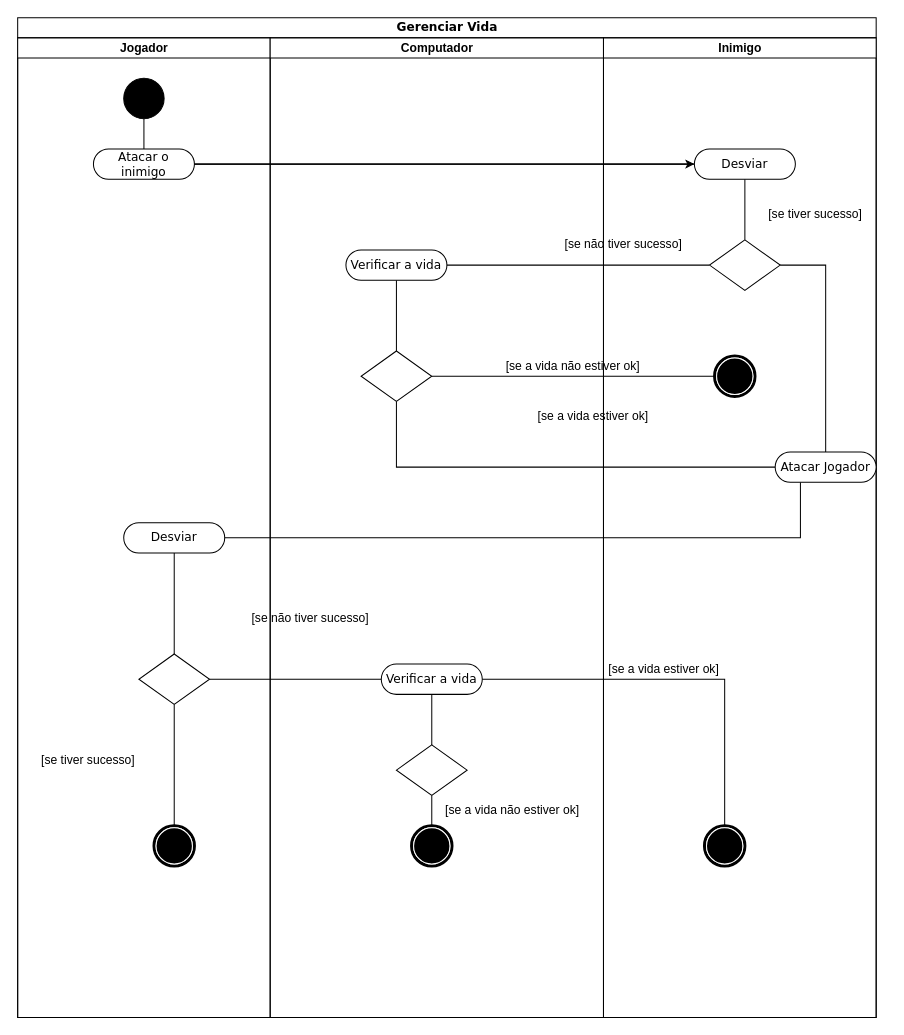
This is Diagrama de Atividade.drawio from yuritelis/atvmusicalp, a draw.io file, before an edit. Source tidied: cells renumbered, new cells numbered last; positions are measured from the earlier drawing's top-left corner, leaving out a move shared by most shapes. Both pictures are drawn from the tidied source at 101%, with x=0, y=0 at pixel (17, 17).
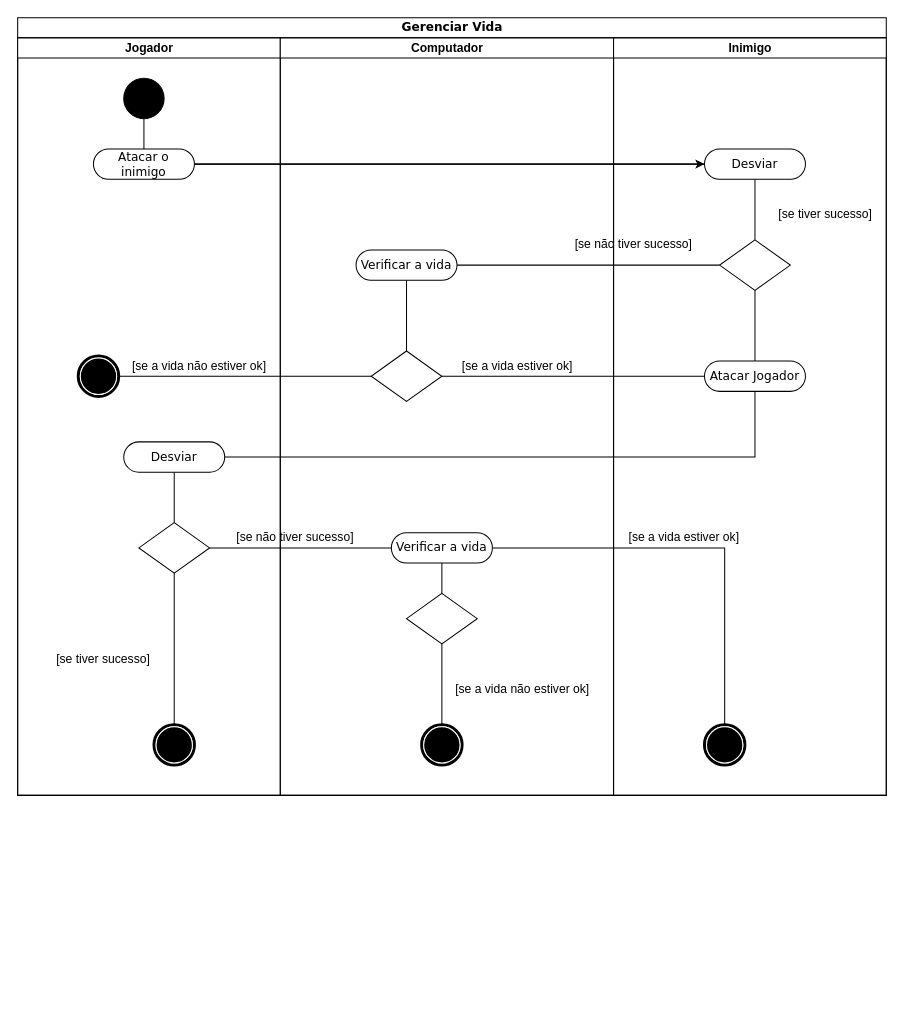
The same page after the edit.

Unchanged cells that the change refers to:
```xml
<mxCell id="14" style="rhombus;whiteSpace=wrap;html=1;" parent="13" vertex="1">
  <mxGeometry x="90" y="310" width="70" height="50" as="geometry" />
</mxCell>
<mxCell id="40" style="rhombus;whiteSpace=wrap;html=1;" parent="34" vertex="1">
  <mxGeometry x="105" y="200" width="70" height="50" as="geometry" />
</mxCell>
```

What changed in the source:
```diff
@@
     <mxCell id="2" value="Gerenciar Vida" style="swimlane;html=1;startSize=20;rounded=0;shadow=0;comic=0;labelBackgroundColor=none;strokeWidth=1;fontFamily=Verdana;fontSize=12;align=center;" parent="1" vertex="1">
-      <mxGeometry width="850" height="990" as="geometry" />
+      <mxGeometry width="860" height="770" as="geometry" />
     </mxCell>
     <mxCell id="3" value="Jogador" style="swimlane;html=1;startSize=20;" parent="2" vertex="1">
-      <mxGeometry y="20" width="250" height="970" as="geometry" />
+      <mxGeometry y="20" width="260" height="750" as="geometry" />
     </mxCell>
@@
     <mxCell id="5" value="Desviar" style="rounded=1;whiteSpace=wrap;html=1;shadow=0;comic=0;labelBackgroundColor=none;strokeWidth=1;fontFamily=Verdana;fontSize=12;align=center;arcSize=50;" parent="3" vertex="1">
-      <mxGeometry x="105" y="480" width="100" height="30" as="geometry" />
+      <mxGeometry x="105" y="400" width="100" height="30" as="geometry" />
     </mxCell>
     <mxCell id="6" style="shape=mxgraph.bpmn.shape;html=1;verticalLabelPosition=bottom;labelBackgroundColor=#ffffff;verticalAlign=top;perimeter=ellipsePerimeter;outline=end;symbol=terminate;rounded=0;shadow=0;comic=0;strokeWidth=1;fontFamily=Verdana;fontSize=12;align=center;" parent="3" vertex="1">
-      <mxGeometry x="135" y="780" width="40" height="40" as="geometry" />
+      <mxGeometry x="135" y="680" width="40" height="40" as="geometry" />
     </mxCell>
@@
     <mxCell id="11" style="rhombus;whiteSpace=wrap;html=1;" parent="3" vertex="1">
-      <mxGeometry x="120" y="610" width="70" height="50" as="geometry" />
+      <mxGeometry x="120" y="480" width="70" height="50" as="geometry" />
     </mxCell>
     <mxCell id="12" value="[se tiver sucesso]" style="text;html=1;strokeColor=none;fillColor=none;align=center;verticalAlign=middle;whiteSpace=wrap;rounded=0;" parent="3" vertex="1">
-      <mxGeometry x="10" y="700" width="120" height="30" as="geometry" />
+      <mxGeometry x="25" y="600" width="120" height="30" as="geometry" />
     </mxCell>
+    <mxCell id="35" style="shape=mxgraph.bpmn.shape;html=1;verticalLabelPosition=bottom;labelBackgroundColor=#ffffff;verticalAlign=top;perimeter=ellipsePerimeter;outline=end;symbol=terminate;rounded=0;shadow=0;comic=0;strokeWidth=1;fontFamily=Verdana;fontSize=12;align=center;" parent="3" vertex="1">
+      <mxGeometry x="60" y="315" width="40" height="40" as="geometry" />
+    </mxCell>
+    <mxCell id="17" value="[se a vida não estiver ok]" style="text;html=1;strokeColor=none;fillColor=none;align=center;verticalAlign=middle;whiteSpace=wrap;rounded=0;" parent="3" vertex="1">
+      <mxGeometry x="100" y="310" width="160" height="30" as="geometry" />
+    </mxCell>
     <mxCell id="13" value="Computador" style="swimlane;html=1;startSize=20;" parent="2" vertex="1">
-      <mxGeometry x="250" y="20" width="330" height="970" as="geometry" />
+      <mxGeometry x="260" y="20" width="330" height="750" as="geometry" />
     </mxCell>
@@
-    <mxCell id="17" value="[se a vida não estiver ok]" style="text;html=1;strokeColor=none;fillColor=none;align=center;verticalAlign=middle;whiteSpace=wrap;rounded=0;" parent="13" vertex="1">
-      <mxGeometry x="220" y="310" width="160" height="30" as="geometry" />
-    </mxCell>
     <mxCell id="18" value="[se a vida estiver ok]" style="text;html=1;strokeColor=none;fillColor=none;align=center;verticalAlign=middle;whiteSpace=wrap;rounded=0;" parent="13" vertex="1">
-      <mxGeometry x="260" y="360" width="120" height="30" as="geometry" />
+      <mxGeometry x="175" y="310" width="120" height="30" as="geometry" />
     </mxCell>
     <mxCell id="19" value="[se não tiver sucesso]" style="text;html=1;strokeColor=none;fillColor=none;align=center;verticalAlign=middle;whiteSpace=wrap;rounded=0;" parent="13" vertex="1">
-      <mxGeometry x="-20" y="560" width="120" height="30" as="geometry" />
+      <mxGeometry x="-45" y="480" width="120" height="30" as="geometry" />
     </mxCell>
@@
     <mxCell id="21" value="Verificar a vida" style="rounded=1;whiteSpace=wrap;html=1;shadow=0;comic=0;labelBackgroundColor=none;strokeWidth=1;fontFamily=Verdana;fontSize=12;align=center;arcSize=50;" parent="13" vertex="1">
-      <mxGeometry x="110" y="620" width="100" height="30" as="geometry" />
+      <mxGeometry x="110" y="490" width="100" height="30" as="geometry" />
     </mxCell>
@@
     <mxCell id="23" style="rhombus;whiteSpace=wrap;html=1;" parent="13" vertex="1">
-      <mxGeometry x="125" y="700" width="70" height="50" as="geometry" />
+      <mxGeometry x="125" y="550" width="70" height="50" as="geometry" />
     </mxCell>
     <mxCell id="24" style="shape=mxgraph.bpmn.shape;html=1;verticalLabelPosition=bottom;labelBackgroundColor=#ffffff;verticalAlign=top;perimeter=ellipsePerimeter;outline=end;symbol=terminate;rounded=0;shadow=0;comic=0;strokeWidth=1;fontFamily=Verdana;fontSize=12;align=center;" parent="13" vertex="1">
-      <mxGeometry x="140" y="780" width="40" height="40" as="geometry" />
+      <mxGeometry x="140" y="680" width="40" height="40" as="geometry" />
     </mxCell>
     <mxCell id="25" value="[se a vida não estiver ok]" style="text;html=1;strokeColor=none;fillColor=none;align=center;verticalAlign=middle;whiteSpace=wrap;rounded=0;" parent="13" vertex="1">
-      <mxGeometry x="160" y="750" width="160" height="30" as="geometry" />
+      <mxGeometry x="160" y="630" width="160" height="30" as="geometry" />
     </mxCell>
@@
-    <mxCell id="29" style="edgeStyle=orthogonalEdgeStyle;rounded=0;jettySize=auto;html=1;exitX=1;exitY=0.5;exitDx=0;exitDy=0;entryX=0;entryY=0.5;entryDx=0;entryDy=0;endArrow=none;endFill=0;" parent="2" edge="1" source="14" target="35">
-      <mxGeometry relative="1" as="geometry">
-        <Array as="points">
-          <mxPoint x="550" y="355" />
-          <mxPoint x="550" y="355" />
-        </Array>
-      </mxGeometry>
-    </mxCell>
-    <mxCell id="30" style="rounded=0;jettySize=auto;html=1;exitX=0.5;exitY=1;exitDx=0;exitDy=0;entryX=0;entryY=0.5;entryDx=0;entryDy=0;edgeStyle=orthogonalEdgeStyle;endArrow=none;endFill=0;" parent="2" edge="1" source="14" target="38">
+    <mxCell id="30" style="rounded=0;jettySize=auto;html=1;exitX=1;exitY=0.5;exitDx=0;exitDy=0;entryX=0;entryY=0.5;entryDx=0;entryDy=0;edgeStyle=orthogonalEdgeStyle;endArrow=none;endFill=0;" parent="2" edge="1" source="14" target="38">
       <mxGeometry relative="1" as="geometry" />
     </mxCell>
-    <mxCell id="31" style="edgeStyle=orthogonalEdgeStyle;rounded=0;jettySize=auto;html=1;exitX=0.25;exitY=1;exitDx=0;exitDy=0;entryX=1;entryY=0.5;entryDx=0;entryDy=0;endArrow=none;endFill=0;" parent="2" edge="1" source="38" target="5">
+    <mxCell id="31" style="edgeStyle=orthogonalEdgeStyle;rounded=0;jettySize=auto;html=1;exitX=0.5;exitY=1;exitDx=0;exitDy=0;entryX=1;entryY=0.5;entryDx=0;entryDy=0;endArrow=none;endFill=0;" parent="2" edge="1" source="38" target="5">
       <mxGeometry relative="1" as="geometry" />
     </mxCell>
@@
     <mxCell id="34" value="Inimigo" style="swimlane;html=1;startSize=20;" parent="2" vertex="1">
-      <mxGeometry x="580" y="20" width="270" height="970" as="geometry" />
+      <mxGeometry x="590" y="20" width="270" height="750" as="geometry" />
     </mxCell>
-    <mxCell id="35" style="shape=mxgraph.bpmn.shape;html=1;verticalLabelPosition=bottom;labelBackgroundColor=#ffffff;verticalAlign=top;perimeter=ellipsePerimeter;outline=end;symbol=terminate;rounded=0;shadow=0;comic=0;strokeWidth=1;fontFamily=Verdana;fontSize=12;align=center;" parent="34" vertex="1">
-      <mxGeometry x="110" y="315" width="40" height="40" as="geometry" />
-    </mxCell>
@@
     <mxCell id="38" value="Atacar Jogador" style="rounded=1;whiteSpace=wrap;html=1;shadow=0;comic=0;labelBackgroundColor=none;strokeWidth=1;fontFamily=Verdana;fontSize=12;align=center;arcSize=50;" parent="34" vertex="1">
-      <mxGeometry x="170" y="410" width="100" height="30" as="geometry" />
+      <mxGeometry x="90" y="320" width="100" height="30" as="geometry" />
     </mxCell>
-    <mxCell id="39" style="edgeStyle=orthogonalEdgeStyle;rounded=0;jettySize=auto;html=1;exitX=1;exitY=0.5;exitDx=0;exitDy=0;entryX=0.5;entryY=0;entryDx=0;entryDy=0;endArrow=none;endFill=0;" parent="34" edge="1" source="40" target="38">
+    <mxCell id="39" style="edgeStyle=orthogonalEdgeStyle;rounded=0;jettySize=auto;html=1;exitX=0.5;exitY=1;exitDx=0;exitDy=0;entryX=0.5;entryY=0;entryDx=0;entryDy=0;endArrow=none;endFill=0;" parent="34" edge="1" source="40" target="38">
       <mxGeometry relative="1" as="geometry">
         <Array as="points">
-          <mxPoint x="220" y="225" />
+          <mxPoint x="140" y="300" />
+          <mxPoint x="140" y="300" />
         </Array>
       </mxGeometry>
     </mxCell>
@@
     <mxCell id="43" style="shape=mxgraph.bpmn.shape;html=1;verticalLabelPosition=bottom;labelBackgroundColor=#ffffff;verticalAlign=top;perimeter=ellipsePerimeter;outline=end;symbol=terminate;rounded=0;shadow=0;comic=0;strokeWidth=1;fontFamily=Verdana;fontSize=12;align=center;" parent="34" vertex="1">
-      <mxGeometry x="100" y="780" width="40" height="40" as="geometry" />
+      <mxGeometry x="90" y="680" width="40" height="40" as="geometry" />
     </mxCell>
     <mxCell id="44" value="[se a vida estiver ok]" style="text;html=1;strokeColor=none;fillColor=none;align=center;verticalAlign=middle;whiteSpace=wrap;rounded=0;" parent="34" vertex="1">
-      <mxGeometry y="610" width="120" height="30" as="geometry" />
+      <mxGeometry x="10" y="480" width="120" height="30" as="geometry" />
     </mxCell>
+    <mxCell id="29" style="edgeStyle=orthogonalEdgeStyle;rounded=0;jettySize=auto;html=1;exitX=0;exitY=0.5;exitDx=0;exitDy=0;entryX=1;entryY=0.5;entryDx=0;entryDy=0;endArrow=none;endFill=0;" parent="2" edge="1" source="14" target="35">
+      <mxGeometry relative="1" as="geometry" />
+    </mxCell>
```
